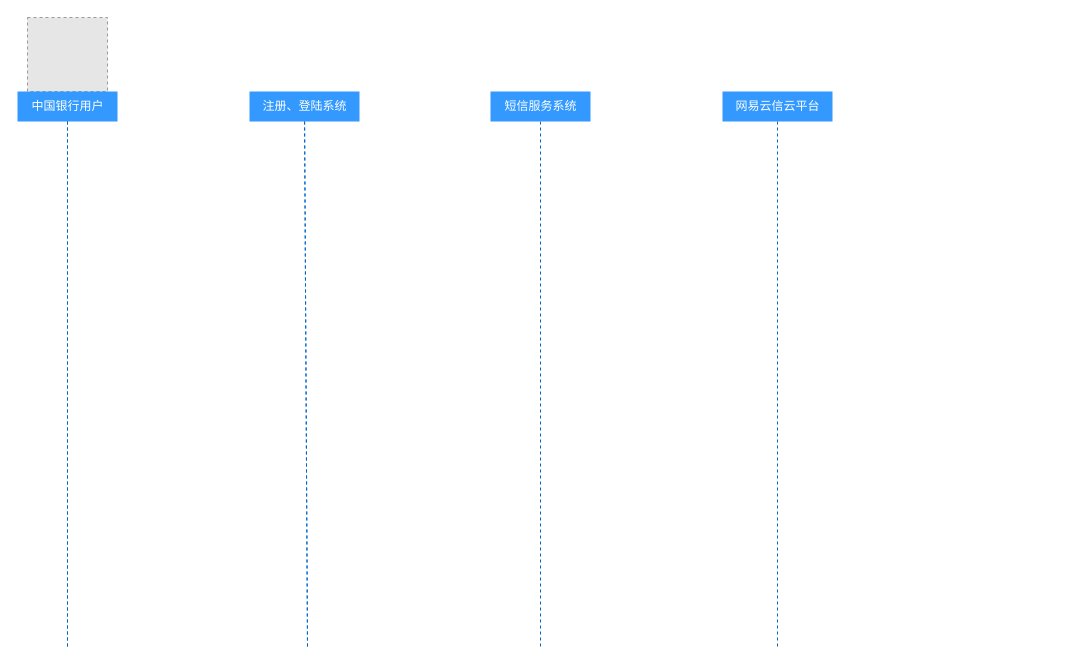
Foward-Fu/Demo keeps this draw.io diagram as 流程图.drawio. Above is the earlier version. Source tidied: cells renumbered, new cells numbered last; positions are measured from the earlier drawing's top-left corner, leaving out a move shared by most shapes. Both pictures are drawn from the tidied source at 100%, with x=0, y=0 at pixel (17, 17). Pictures stored in the file or linked from it are replaced by grey dashed boxes.
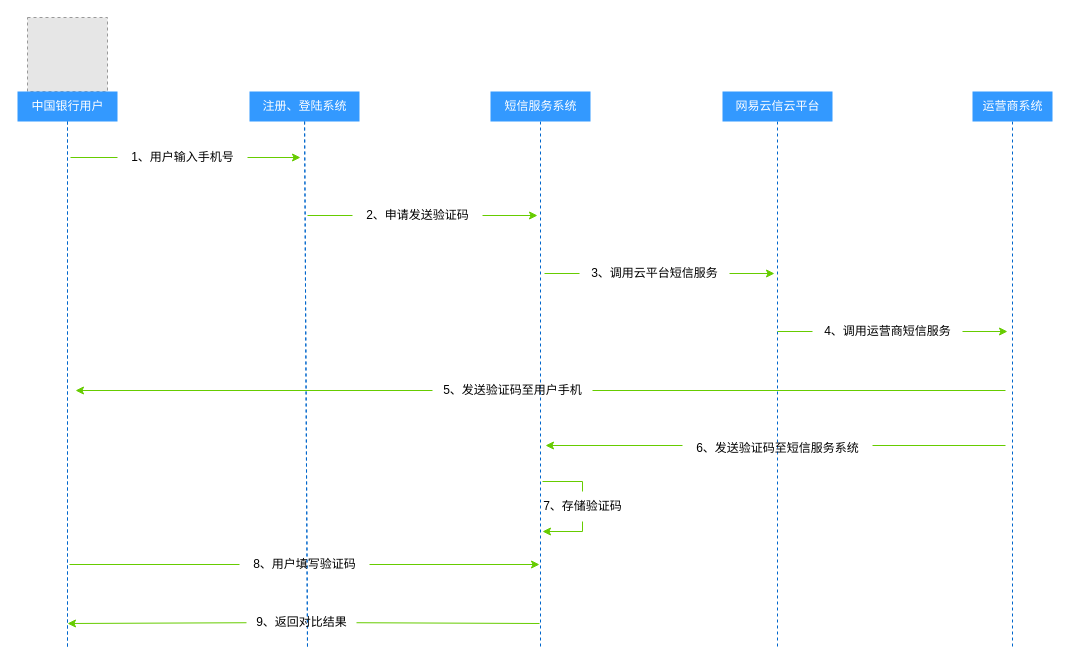
The same diagram, later.

Commit message (it also covers changes not shown here):
更新流程图.drawio

Diff of the diagram source:
```diff
@@
-    <mxCell id="11" style="edgeStyle=none;rounded=0;orthogonalLoop=1;jettySize=auto;html=1;fontColor=#FFFFFF;startArrow=none;startFill=0;endArrow=none;endFill=0;dashed=1;strokeColor=#0066CC;" parent="1" edge="1">
+    <mxCell id="11" style="rounded=0;orthogonalLoop=1;jettySize=auto;html=1;fontColor=#FFFFFF;startArrow=none;startFill=0;endArrow=none;endFill=0;dashed=1;strokeColor=#0066CC;" parent="1" edge="1">
       <mxGeometry relative="1" as="geometry">
         <mxPoint x="50" y="104" as="sourcePoint" />
         <mxPoint x="50" y="630" as="targetPoint" />
       </mxGeometry>
     </mxCell>
@@
+    <mxCell id="13" style="edgeStyle=none;rounded=0;jettySize=auto;html=1;dashed=1;fontColor=#FFFFFF;startArrow=none;startFill=0;endArrow=none;endFill=0;strokeColor=#0066CC;" parent="1" edge="1" source="14">
+      <mxGeometry relative="1" as="geometry">
+        <mxPoint x="995" y="630" as="targetPoint" />
+      </mxGeometry>
+    </mxCell>
+    <mxCell id="14" value="&lt;font color=&quot;#ffffff&quot;&gt;运营商系统&lt;/font&gt;" style="text;html=1;align=center;verticalAlign=middle;points=[];fillColor=#3399FF;strokeColor=none;rounded=0;" parent="1" vertex="1">
+      <mxGeometry x="955" y="74" width="80" height="30" as="geometry" />
+    </mxCell>
+    <mxCell id="15" style="group;" parent="1" vertex="1">
+      <mxGeometry x="53" y="125" width="230" height="30" as="geometry" />
+    </mxCell>
+    <mxCell id="16" style="endArrow=classic;html=1;rounded=0;fontColor=#FFFFFF;strokeColor=#66CC00;endFill=1;startArrow=none;" parent="15" edge="1" source="17">
+      <mxGeometry relative="1" as="geometry">
+        <mxPoint x="230" y="15" as="targetPoint" />
+      </mxGeometry>
+    </mxCell>
+    <mxCell id="17" value="&lt;font color=&quot;#000000&quot;&gt;1、用户输入手机号&lt;/font&gt;" style="text;html=1;align=center;verticalAlign=middle;points=[];fillColor=none;strokeColor=none;rounded=0;fontColor=#FFFFFF;" parent="15" vertex="1">
+      <mxGeometry x="47" width="130" height="30" as="geometry" />
+    </mxCell>
+    <mxCell id="18" style="endArrow=none;html=1;rounded=0;fontColor=#FFFFFF;strokeColor=#66CC00;endFill=1;" parent="15" edge="1" target="17">
+      <mxGeometry relative="1" as="geometry">
+        <mxPoint y="15" as="sourcePoint" />
+      </mxGeometry>
+    </mxCell>
+    <mxCell id="19" style="group;" parent="1" vertex="1">
+      <mxGeometry x="290" y="183" width="230" height="30" as="geometry" />
+    </mxCell>
+    <mxCell id="20" style="endArrow=classic;html=1;rounded=0;fontColor=#FFFFFF;strokeColor=#66CC00;endFill=1;startArrow=none;" parent="19" edge="1" source="21">
+      <mxGeometry relative="1" as="geometry">
+        <mxPoint x="230" y="15" as="targetPoint" />
+      </mxGeometry>
+    </mxCell>
+    <mxCell id="21" value="2、申请发送验证码" style="text;html=1;align=center;verticalAlign=middle;points=[];fillColor=none;strokeColor=none;rounded=0;fontColor=#000000;" parent="19" vertex="1">
+      <mxGeometry x="45" width="130" height="30" as="geometry" />
+    </mxCell>
+    <mxCell id="22" style="endArrow=none;html=1;rounded=0;fontColor=#FFFFFF;strokeColor=#66CC00;endFill=1;" parent="19" edge="1" target="21">
+      <mxGeometry relative="1" as="geometry">
+        <mxPoint y="15" as="sourcePoint" />
+      </mxGeometry>
+    </mxCell>
+    <mxCell id="23" style="group;" parent="1" vertex="1">
+      <mxGeometry x="527" y="241" width="230" height="30" as="geometry" />
+    </mxCell>
+    <mxCell id="24" style="endArrow=classic;html=1;rounded=0;fontColor=#FFFFFF;strokeColor=#66CC00;endFill=1;startArrow=none;" parent="23" edge="1" source="25">
+      <mxGeometry relative="1" as="geometry">
+        <mxPoint x="230" y="15" as="targetPoint" />
+      </mxGeometry>
+    </mxCell>
+    <mxCell id="25" value="3、调用云平台短信服务" style="text;html=1;align=center;verticalAlign=middle;points=[];fillColor=none;strokeColor=none;rounded=0;fontColor=#000000;" parent="23" vertex="1">
+      <mxGeometry x="35" width="150" height="30" as="geometry" />
+    </mxCell>
+    <mxCell id="26" style="endArrow=none;html=1;rounded=0;fontColor=#FFFFFF;strokeColor=#66CC00;endFill=1;" parent="23" edge="1" target="25">
+      <mxGeometry relative="1" as="geometry">
+        <mxPoint y="15" as="sourcePoint" />
+      </mxGeometry>
+    </mxCell>
+    <mxCell id="27" style="group;" parent="1" vertex="1">
+      <mxGeometry x="760" y="299" width="230" height="30" as="geometry" />
+    </mxCell>
+    <mxCell id="28" style="endArrow=classic;html=1;rounded=0;fontColor=#FFFFFF;strokeColor=#66CC00;endFill=1;startArrow=none;" parent="27" edge="1" source="29">
+      <mxGeometry relative="1" as="geometry">
+        <mxPoint x="230" y="15" as="targetPoint" />
+      </mxGeometry>
+    </mxCell>
+    <mxCell id="29" value="4、调用运营商短信服务" style="text;html=1;align=center;verticalAlign=middle;points=[];fillColor=none;strokeColor=none;rounded=0;fontColor=#000000;" parent="27" vertex="1">
+      <mxGeometry x="35" width="150" height="30" as="geometry" />
+    </mxCell>
+    <mxCell id="30" style="endArrow=none;html=1;rounded=0;fontColor=#FFFFFF;strokeColor=#66CC00;endFill=1;" parent="27" edge="1" target="29">
+      <mxGeometry relative="1" as="geometry">
+        <mxPoint y="15" as="sourcePoint" />
+      </mxGeometry>
+    </mxCell>
+    <mxCell id="31" style="group;" parent="1" vertex="1">
+      <mxGeometry x="58" y="358" width="930" height="30" as="geometry" />
+    </mxCell>
+    <mxCell id="32" style="endArrow=classic;html=1;rounded=0;fontColor=#000000;strokeColor=#66CC00;startArrow=none;" parent="31" edge="1" source="33">
+      <mxGeometry relative="1" as="geometry">
+        <mxPoint y="15" as="targetPoint" />
+      </mxGeometry>
+    </mxCell>
+    <mxCell id="33" value="5、发送验证码至用户手机" style="text;html=1;align=center;verticalAlign=middle;points=[];fillColor=none;strokeColor=none;rounded=0;fontColor=#000000;" parent="31" vertex="1">
+      <mxGeometry x="357" width="160" height="30" as="geometry" />
+    </mxCell>
+    <mxCell id="34" style="endArrow=none;html=1;rounded=0;fontColor=#000000;strokeColor=#66CC00;" parent="31" edge="1" target="33">
+      <mxGeometry relative="1" as="geometry">
+        <mxPoint x="930" y="15" as="sourcePoint" />
+      </mxGeometry>
+    </mxCell>
+    <mxCell id="35" style="group;" parent="1" vertex="1">
+      <mxGeometry x="515" y="464" width="100" height="50" as="geometry" />
+    </mxCell>
+    <mxCell id="36" style="endArrow=classic;html=1;rounded=0;fontColor=#000000;strokeColor=#66CC00;elbow=vertical;" parent="35" edge="1">
+      <mxGeometry relative="1" as="geometry">
+        <mxPoint x="50" y="50" as="sourcePoint" />
+        <mxPoint x="10" y="50" as="targetPoint" />
+      </mxGeometry>
+    </mxCell>
+    <mxCell id="37" style="endArrow=none;html=1;rounded=0;fontColor=#000000;strokeColor=#66CC00;elbow=vertical;startArrow=none;startFill=0;endFill=0;" parent="35" edge="1">
+      <mxGeometry relative="1" as="geometry">
+        <mxPoint x="50" as="sourcePoint" />
+        <mxPoint x="10" as="targetPoint" />
+      </mxGeometry>
+    </mxCell>
+    <mxCell id="38" style="endArrow=none;html=1;rounded=0;fontColor=#000000;strokeColor=#66CC00;elbow=vertical;startArrow=none;" parent="35" edge="1" source="39">
+      <mxGeometry relative="1" as="geometry">
+        <mxPoint x="50" as="targetPoint" />
+      </mxGeometry>
+    </mxCell>
+    <mxCell id="39" value="7、存储验证码" style="text;html=1;align=center;verticalAlign=middle;points=[];fillColor=none;strokeColor=none;rounded=0;fontColor=#000000;" parent="35" vertex="1">
+      <mxGeometry y="10" width="100" height="30" as="geometry" />
+    </mxCell>
+    <mxCell id="40" style="endArrow=none;html=1;rounded=0;fontColor=#000000;strokeColor=#66CC00;elbow=vertical;" parent="35" edge="1" target="39">
+      <mxGeometry relative="1" as="geometry">
+        <mxPoint x="50" y="50" as="sourcePoint" />
+      </mxGeometry>
+    </mxCell>
+    <mxCell id="41" style="group;" parent="1" vertex="1">
+      <mxGeometry x="52" y="532" width="470" height="30" as="geometry" />
+    </mxCell>
+    <mxCell id="42" style="endArrow=classic;html=1;rounded=0;fontColor=#000000;strokeColor=#66CC00;startArrow=none;" parent="41" edge="1" source="43">
+      <mxGeometry relative="1" as="geometry">
+        <mxPoint x="470" y="15" as="targetPoint" />
+      </mxGeometry>
+    </mxCell>
+    <mxCell id="43" value="8、用户填写验证码" style="text;html=1;align=center;verticalAlign=middle;points=[];fillColor=none;strokeColor=none;rounded=0;fontColor=#000000;" parent="41" vertex="1">
+      <mxGeometry x="170" width="130" height="30" as="geometry" />
+    </mxCell>
+    <mxCell id="44" style="endArrow=none;html=1;rounded=0;fontColor=#000000;strokeColor=#66CC00;" parent="41" edge="1" target="43">
+      <mxGeometry relative="1" as="geometry">
+        <mxPoint y="15" as="sourcePoint" />
+      </mxGeometry>
+    </mxCell>
+    <mxCell id="45" style="group;" parent="1" vertex="1">
+      <mxGeometry x="528" y="416" width="460" height="30" as="geometry" />
+    </mxCell>
+    <mxCell id="46" value="6、发送验证码至短信服务系统" style="text;html=1;align=center;verticalAlign=middle;fillColor=none;strokeColor=none;rounded=0;fontColor=#000000;" parent="45" vertex="1">
+      <mxGeometry x="137" width="190" height="30" as="geometry" />
+    </mxCell>
+    <mxCell id="47" style="group;" parent="45" vertex="1">
+      <mxGeometry y="12" width="460" as="geometry" />
+    </mxCell>
+    <mxCell id="48" style="endArrow=classic;html=1;rounded=0;fontColor=#000000;strokeColor=#66CC00;startArrow=none;" parent="47" edge="1">
+      <mxGeometry relative="1" as="geometry">
+        <mxPoint x="137" as="sourcePoint" />
+        <mxPoint as="targetPoint" />
+      </mxGeometry>
+    </mxCell>
+    <mxCell id="49" style="endArrow=none;html=1;rounded=0;fontColor=#000000;strokeColor=#66CC00;" parent="47" edge="1">
+      <mxGeometry relative="1" as="geometry">
+        <mxPoint x="460" as="sourcePoint" />
+        <mxPoint x="327" as="targetPoint" />
+      </mxGeometry>
+    </mxCell>
+    <mxCell id="50" style="group;" parent="1" vertex="1">
+      <mxGeometry x="50" y="590" width="472" height="30" as="geometry" />
+    </mxCell>
+    <mxCell id="51" style="endArrow=classic;html=1;rounded=0;fontColor=#000000;strokeColor=#66CC00;startArrow=none;" parent="50" edge="1" source="52">
+      <mxGeometry relative="1" as="geometry">
+        <mxPoint y="16" as="targetPoint" />
+      </mxGeometry>
+    </mxCell>
+    <mxCell id="52" value="9、返回对比结果" style="text;html=1;align=center;verticalAlign=middle;points=[];fillColor=none;strokeColor=none;rounded=0;fontColor=#000000;" parent="50" vertex="1">
+      <mxGeometry x="179" width="110" height="30" as="geometry" />
+    </mxCell>
+    <mxCell id="53" style="endArrow=none;html=1;rounded=0;fontColor=#000000;strokeColor=#66CC00;" parent="50" edge="1" target="52">
+      <mxGeometry relative="1" as="geometry">
+        <mxPoint x="472" y="16" as="sourcePoint" />
+      </mxGeometry>
+    </mxCell>
```
